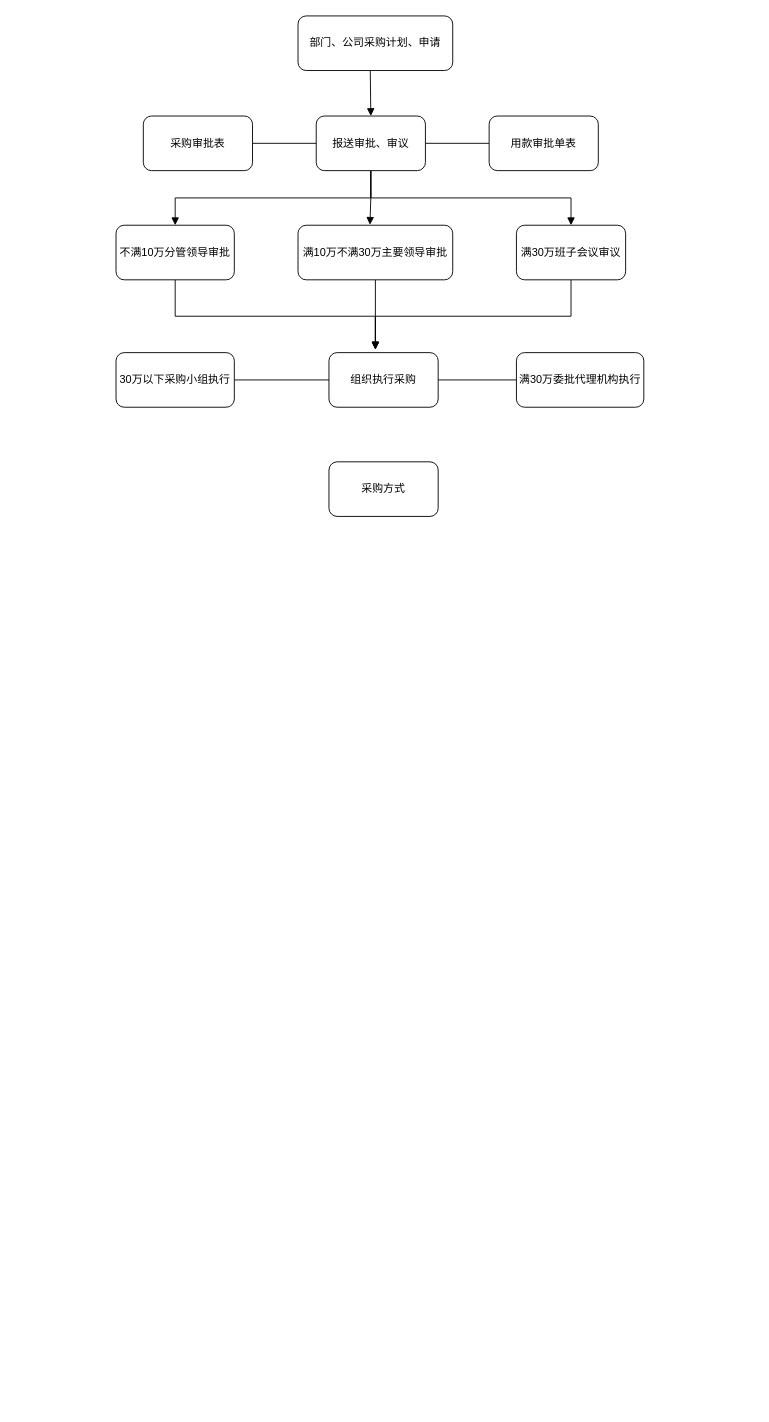
Before: 采购流程图-吴荣.drawio in redcomet88/DRAW, a draw.io diagram. Source tidied: cells renumbered, new cells numbered last; positions are measured from the earlier drawing's top-left corner, leaving out a move shared by most shapes. Both pictures are drawn from the tidied source at 91%, with x=0, y=0 at pixel (116, 15).
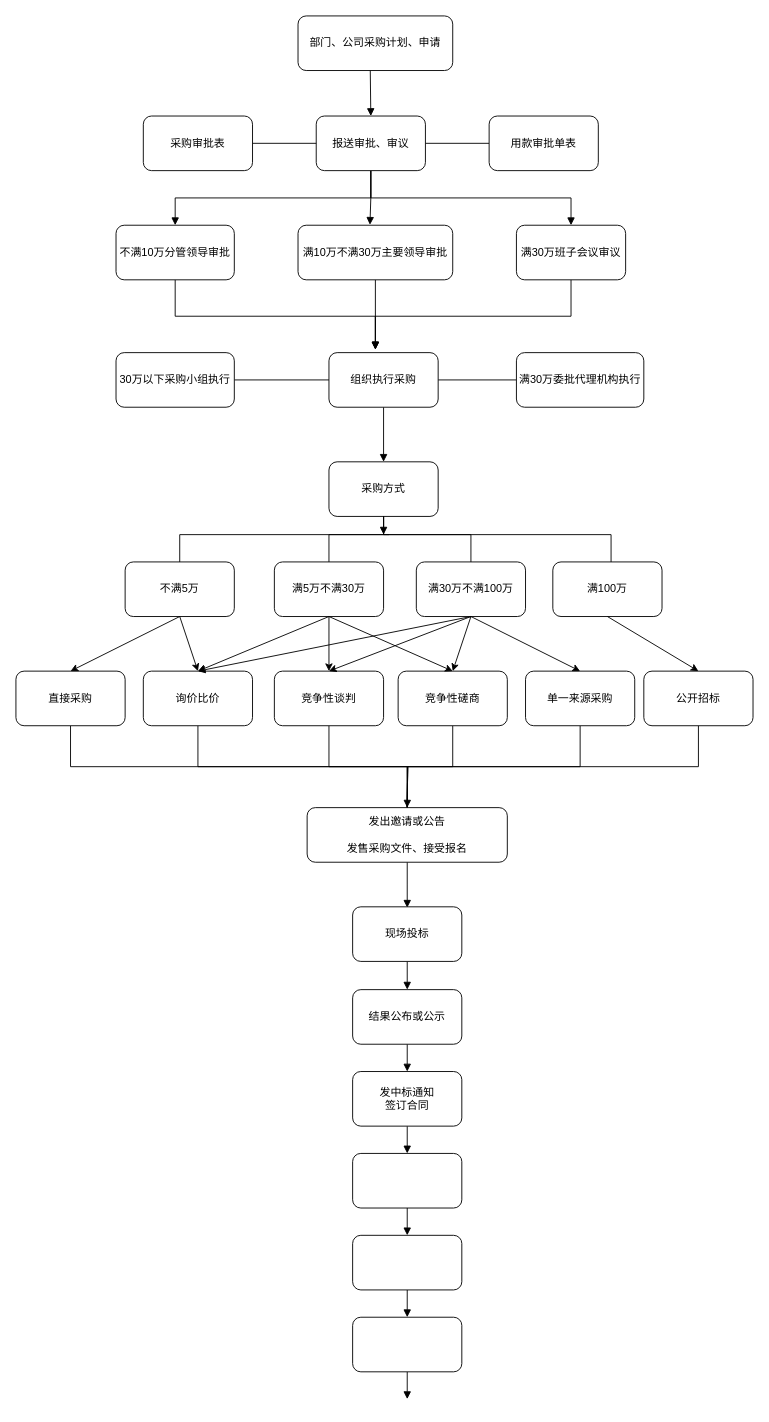
The same page after the edit.

Commit message (it also covers changes not shown here):
更新采购流程图-吴荣.drawio

The change refers to these unchanged cells:
```xml
<mxCell id="19" value="组织执行采购" style="rounded=1;whiteSpace=wrap;html=1;" parent="1" vertex="1">
  <mxGeometry x="234" y="370" width="120" height="60" as="geometry" />
</mxCell>
<mxCell id="23" value="采购方式" style="rounded=1;whiteSpace=wrap;html=1;" parent="1" vertex="1">
  <mxGeometry x="234" y="490" width="120" height="60" as="geometry" />
</mxCell>
```

The edit, as a diff of the source:
```diff
@@
+    <mxCell id="24" style="edgeStyle=orthogonalEdgeStyle;rounded=0;jettySize=auto;html=1;exitX=0.5;exitY=1;exitDx=0;exitDy=0;endArrow=block;endFill=1;" parent="1" edge="1" source="19" target="23">
+      <mxGeometry relative="1" as="geometry" />
+    </mxCell>
@@
+    <mxCell id="25" style="edgeStyle=orthogonalEdgeStyle;rounded=0;jettySize=auto;html=1;exitX=0.5;exitY=1;exitDx=0;exitDy=0;endArrow=block;endFill=1;" parent="1" edge="1" source="23">
+      <mxGeometry relative="1" as="geometry">
+        <mxPoint x="294" y="570" as="targetPoint" />
+      </mxGeometry>
+    </mxCell>
@@
+    <mxCell id="26" style="edgeStyle=orthogonalEdgeStyle;rounded=0;jettySize=auto;html=1;exitX=0.5;exitY=0;exitDx=0;exitDy=0;endArrow=none;endFill=0;entryX=0.5;entryY=1;entryDx=0;entryDy=0;" parent="1" edge="1" source="27" target="23">
+      <mxGeometry relative="1" as="geometry">
+        <Array as="points">
+          <mxPoint x="70" y="570" />
+          <mxPoint x="294" y="570" />
+        </Array>
+      </mxGeometry>
+    </mxCell>
+    <mxCell id="27" value="不满5万" style="rounded=1;whiteSpace=wrap;html=1;" parent="1" vertex="1">
+      <mxGeometry x="10" y="600" width="120" height="60" as="geometry" />
+    </mxCell>
+    <mxCell id="28" style="edgeStyle=orthogonalEdgeStyle;rounded=0;jettySize=auto;html=1;exitX=0.5;exitY=0;exitDx=0;exitDy=0;endArrow=none;endFill=0;" parent="1" edge="1" source="29">
+      <mxGeometry relative="1" as="geometry">
+        <mxPoint x="300" y="570" as="targetPoint" />
+        <Array as="points">
+          <mxPoint x="234" y="570" />
+        </Array>
+      </mxGeometry>
+    </mxCell>
+    <mxCell id="29" value="满5万不满30万" style="rounded=1;whiteSpace=wrap;html=1;" parent="1" vertex="1">
+      <mxGeometry x="174" y="600" width="120" height="60" as="geometry" />
+    </mxCell>
+    <mxCell id="30" style="edgeStyle=orthogonalEdgeStyle;rounded=0;jettySize=auto;html=1;exitX=0.5;exitY=0;exitDx=0;exitDy=0;endArrow=none;endFill=0;entryX=0.5;entryY=1;entryDx=0;entryDy=0;" parent="1" edge="1" source="31" target="23">
+      <mxGeometry relative="1" as="geometry">
+        <Array as="points">
+          <mxPoint x="390" y="570" />
+          <mxPoint x="294" y="570" />
+        </Array>
+      </mxGeometry>
+    </mxCell>
+    <mxCell id="31" value="满30万不满100万" style="rounded=1;whiteSpace=wrap;html=1;" parent="1" vertex="1">
+      <mxGeometry x="330" y="600" width="120" height="60" as="geometry" />
+    </mxCell>
+    <mxCell id="32" style="edgeStyle=orthogonalEdgeStyle;rounded=0;orthogonalLoop=1;jettySize=auto;html=1;exitX=0.5;exitY=0;exitDx=0;exitDy=0;endArrow=none;endFill=0;" parent="1" edge="1">
+      <mxGeometry relative="1" as="geometry">
+        <mxPoint x="544" y="600" as="sourcePoint" />
+        <mxPoint x="294" y="550" as="targetPoint" />
+        <Array as="points">
+          <mxPoint x="544" y="570" />
+          <mxPoint x="294" y="570" />
+        </Array>
+      </mxGeometry>
+    </mxCell>
+    <mxCell id="33" value="满100万" style="rounded=1;whiteSpace=wrap;html=1;" parent="1" vertex="1">
+      <mxGeometry x="480" y="600" width="120" height="60" as="geometry" />
+    </mxCell>
+    <mxCell id="34" style="edgeStyle=orthogonalEdgeStyle;rounded=0;jettySize=auto;html=1;exitX=0.5;exitY=1;exitDx=0;exitDy=0;endArrow=none;endFill=0;" parent="1" edge="1" source="35" target="47">
+      <mxGeometry relative="1" as="geometry" />
+    </mxCell>
+    <mxCell id="35" value="直接采购" style="rounded=1;whiteSpace=wrap;html=1;" parent="1" vertex="1">
+      <mxGeometry x="-110" y="720" width="120" height="60" as="geometry" />
+    </mxCell>
+    <mxCell id="36" style="edgeStyle=orthogonalEdgeStyle;rounded=0;jettySize=auto;html=1;exitX=0.5;exitY=1;exitDx=0;exitDy=0;endArrow=none;endFill=0;" parent="1" edge="1" source="37">
+      <mxGeometry relative="1" as="geometry">
+        <mxPoint x="320" y="870" as="targetPoint" />
+      </mxGeometry>
+    </mxCell>
+    <mxCell id="37" value="询价比价" style="rounded=1;whiteSpace=wrap;html=1;" parent="1" vertex="1">
+      <mxGeometry x="30" y="720" width="120" height="60" as="geometry" />
+    </mxCell>
+    <mxCell id="38" style="edgeStyle=orthogonalEdgeStyle;rounded=0;jettySize=auto;html=1;exitX=0.5;exitY=1;exitDx=0;exitDy=0;endArrow=none;endFill=0;" parent="1" edge="1" source="39">
+      <mxGeometry relative="1" as="geometry">
+        <mxPoint x="320" y="870" as="targetPoint" />
+      </mxGeometry>
+    </mxCell>
+    <mxCell id="39" value="竞争性谈判" style="rounded=1;whiteSpace=wrap;html=1;" parent="1" vertex="1">
+      <mxGeometry x="174" y="720" width="120" height="60" as="geometry" />
+    </mxCell>
+    <mxCell id="40" style="edgeStyle=orthogonalEdgeStyle;rounded=0;jettySize=auto;html=1;exitX=0.5;exitY=1;exitDx=0;exitDy=0;entryX=0.5;entryY=0;entryDx=0;entryDy=0;endArrow=none;endFill=0;" parent="1" edge="1" source="41" target="47">
+      <mxGeometry relative="1" as="geometry" />
+    </mxCell>
+    <mxCell id="41" value="竞争性磋商" style="rounded=1;whiteSpace=wrap;html=1;" parent="1" vertex="1">
+      <mxGeometry x="310" y="720" width="120" height="60" as="geometry" />
+    </mxCell>
+    <mxCell id="42" style="edgeStyle=orthogonalEdgeStyle;rounded=0;jettySize=auto;html=1;exitX=0.5;exitY=1;exitDx=0;exitDy=0;endArrow=none;endFill=0;" parent="1" edge="1" source="43">
+      <mxGeometry relative="1" as="geometry">
+        <mxPoint x="320" y="870" as="targetPoint" />
+      </mxGeometry>
+    </mxCell>
+    <mxCell id="43" value="单一来源采购" style="rounded=1;whiteSpace=wrap;html=1;" parent="1" vertex="1">
+      <mxGeometry x="450" y="720" width="120" height="60" as="geometry" />
+    </mxCell>
+    <mxCell id="44" style="edgeStyle=orthogonalEdgeStyle;rounded=0;jettySize=auto;html=1;exitX=0.5;exitY=1;exitDx=0;exitDy=0;endArrow=block;endFill=1;" parent="1" edge="1" source="45">
+      <mxGeometry relative="1" as="geometry">
+        <mxPoint x="320" y="870" as="targetPoint" />
+      </mxGeometry>
+    </mxCell>
+    <mxCell id="45" value="公开招标" style="rounded=1;whiteSpace=wrap;html=1;" parent="1" vertex="1">
+      <mxGeometry x="580" y="720" width="120" height="60" as="geometry" />
+    </mxCell>
+    <mxCell id="46" style="edgeStyle=orthogonalEdgeStyle;rounded=0;jettySize=auto;html=1;exitX=0.5;exitY=1;exitDx=0;exitDy=0;endArrow=block;endFill=1;" parent="1" edge="1" source="47">
+      <mxGeometry relative="1" as="geometry">
+        <mxPoint x="320" y="980" as="targetPoint" />
+      </mxGeometry>
+    </mxCell>
+    <mxCell id="47" value="发出邀请或公告&lt;br&gt;&lt;br&gt;发售采购文件、接受报名" style="rounded=1;whiteSpace=wrap;html=1;" parent="1" vertex="1">
+      <mxGeometry x="210" y="870" width="220" height="60" as="geometry" />
+    </mxCell>
+    <mxCell id="48" style="endArrow=classic;html=1;rounded=0;entryX=0.5;entryY=0;entryDx=0;entryDy=0;exitX=0.5;exitY=1;exitDx=0;exitDy=0;" parent="1" edge="1" source="27" target="35">
+      <mxGeometry relative="1" as="geometry" />
+    </mxCell>
+    <mxCell id="49" style="endArrow=classic;html=1;rounded=0;entryX=0.5;entryY=0;entryDx=0;entryDy=0;exitX=0.5;exitY=1;exitDx=0;exitDy=0;" parent="1" edge="1" source="27" target="37">
+      <mxGeometry relative="1" as="geometry" />
+    </mxCell>
+    <mxCell id="50" style="endArrow=classic;html=1;rounded=0;entryX=0.5;entryY=0;entryDx=0;entryDy=0;exitX=0.5;exitY=1;exitDx=0;exitDy=0;" parent="1" edge="1" source="29" target="37">
+      <mxGeometry relative="1" as="geometry" />
+    </mxCell>
+    <mxCell id="51" style="endArrow=classic;html=1;rounded=0;entryX=0.5;entryY=0;entryDx=0;entryDy=0;exitX=0.5;exitY=1;exitDx=0;exitDy=0;" parent="1" edge="1" source="29" target="39">
+      <mxGeometry relative="1" as="geometry" />
+    </mxCell>
+    <mxCell id="52" style="endArrow=classic;html=1;rounded=0;entryX=0.5;entryY=0;entryDx=0;entryDy=0;exitX=0.5;exitY=1;exitDx=0;exitDy=0;" parent="1" edge="1" source="29" target="41">
+      <mxGeometry relative="1" as="geometry" />
+    </mxCell>
+    <mxCell id="53" style="endArrow=classic;html=1;rounded=0;exitX=0.5;exitY=1;exitDx=0;exitDy=0;" parent="1" edge="1" source="31">
+      <mxGeometry relative="1" as="geometry">
+        <mxPoint x="90" y="720" as="targetPoint" />
+      </mxGeometry>
+    </mxCell>
+    <mxCell id="54" style="endArrow=classic;html=1;rounded=0;entryX=0.5;entryY=0;entryDx=0;entryDy=0;exitX=0.5;exitY=1;exitDx=0;exitDy=0;" parent="1" edge="1" source="31" target="39">
+      <mxGeometry relative="1" as="geometry" />
+    </mxCell>
+    <mxCell id="55" style="endArrow=classic;html=1;rounded=0;entryX=0.5;entryY=0;entryDx=0;entryDy=0;exitX=0.5;exitY=1;exitDx=0;exitDy=0;" parent="1" edge="1" source="31" target="41">
+      <mxGeometry relative="1" as="geometry" />
+    </mxCell>
+    <mxCell id="56" style="endArrow=classic;html=1;rounded=0;entryX=0.5;entryY=0;entryDx=0;entryDy=0;exitX=0.5;exitY=1;exitDx=0;exitDy=0;" parent="1" edge="1" source="31" target="43">
+      <mxGeometry relative="1" as="geometry" />
+    </mxCell>
+    <mxCell id="57" style="endArrow=classic;html=1;rounded=0;entryX=0.5;entryY=0;entryDx=0;entryDy=0;exitX=0.5;exitY=1;exitDx=0;exitDy=0;" parent="1" edge="1" source="33" target="45">
+      <mxGeometry relative="1" as="geometry" />
+    </mxCell>
+    <mxCell id="58" style="edgeStyle=orthogonalEdgeStyle;rounded=0;jettySize=auto;html=1;exitX=0.5;exitY=1;exitDx=0;exitDy=0;endArrow=block;endFill=1;" parent="1" edge="1" source="59">
+      <mxGeometry relative="1" as="geometry">
+        <mxPoint x="320" y="1070" as="targetPoint" />
+      </mxGeometry>
+    </mxCell>
+    <mxCell id="59" value="现场投标" style="rounded=1;whiteSpace=wrap;html=1;" parent="1" vertex="1">
+      <mxGeometry x="260" y="979" width="120" height="60" as="geometry" />
+    </mxCell>
+    <mxCell id="60" style="edgeStyle=orthogonalEdgeStyle;rounded=0;jettySize=auto;html=1;exitX=0.5;exitY=1;exitDx=0;exitDy=0;endArrow=block;endFill=1;" parent="1" edge="1" source="61">
+      <mxGeometry relative="1" as="geometry">
+        <mxPoint x="320" y="1160" as="targetPoint" />
+      </mxGeometry>
+    </mxCell>
+    <mxCell id="61" value="结果公布或公示" style="rounded=1;whiteSpace=wrap;html=1;" parent="1" vertex="1">
+      <mxGeometry x="260" y="1070" width="120" height="60" as="geometry" />
+    </mxCell>
+    <mxCell id="62" style="edgeStyle=orthogonalEdgeStyle;rounded=0;jettySize=auto;html=1;exitX=0.5;exitY=1;exitDx=0;exitDy=0;endArrow=block;endFill=1;" parent="1" edge="1" source="63">
+      <mxGeometry relative="1" as="geometry">
+        <mxPoint x="320" y="1250" as="targetPoint" />
+      </mxGeometry>
+    </mxCell>
+    <mxCell id="63" value="发中标通知&lt;br&gt;签订合同" style="rounded=1;whiteSpace=wrap;html=1;" parent="1" vertex="1">
+      <mxGeometry x="260" y="1160" width="120" height="60" as="geometry" />
+    </mxCell>
+    <mxCell id="64" style="edgeStyle=orthogonalEdgeStyle;rounded=0;jettySize=auto;html=1;exitX=0.5;exitY=1;exitDx=0;exitDy=0;endArrow=block;endFill=1;" parent="1" edge="1" source="65">
+      <mxGeometry relative="1" as="geometry">
+        <mxPoint x="320" y="1340" as="targetPoint" />
+      </mxGeometry>
+    </mxCell>
+    <mxCell id="65" style="rounded=1;whiteSpace=wrap;html=1;" parent="1" vertex="1">
+      <mxGeometry x="260" y="1250" width="120" height="60" as="geometry" />
+    </mxCell>
+    <mxCell id="66" style="edgeStyle=orthogonalEdgeStyle;rounded=0;jettySize=auto;html=1;exitX=0.5;exitY=1;exitDx=0;exitDy=0;endArrow=block;endFill=1;" parent="1" edge="1" source="67">
+      <mxGeometry relative="1" as="geometry">
+        <mxPoint x="320" y="1430" as="targetPoint" />
+      </mxGeometry>
+    </mxCell>
+    <mxCell id="67" style="rounded=1;whiteSpace=wrap;html=1;" parent="1" vertex="1">
+      <mxGeometry x="260" y="1340" width="120" height="60" as="geometry" />
+    </mxCell>
+    <mxCell id="68" style="edgeStyle=orthogonalEdgeStyle;rounded=0;jettySize=auto;html=1;exitX=0.5;exitY=1;exitDx=0;exitDy=0;endArrow=block;endFill=1;" parent="1" edge="1" source="69">
+      <mxGeometry relative="1" as="geometry">
+        <mxPoint x="320" y="1520" as="targetPoint" />
+      </mxGeometry>
+    </mxCell>
+    <mxCell id="69" style="rounded=1;whiteSpace=wrap;html=1;" parent="1" vertex="1">
+      <mxGeometry x="260" y="1430" width="120" height="60" as="geometry" />
+    </mxCell>
```
